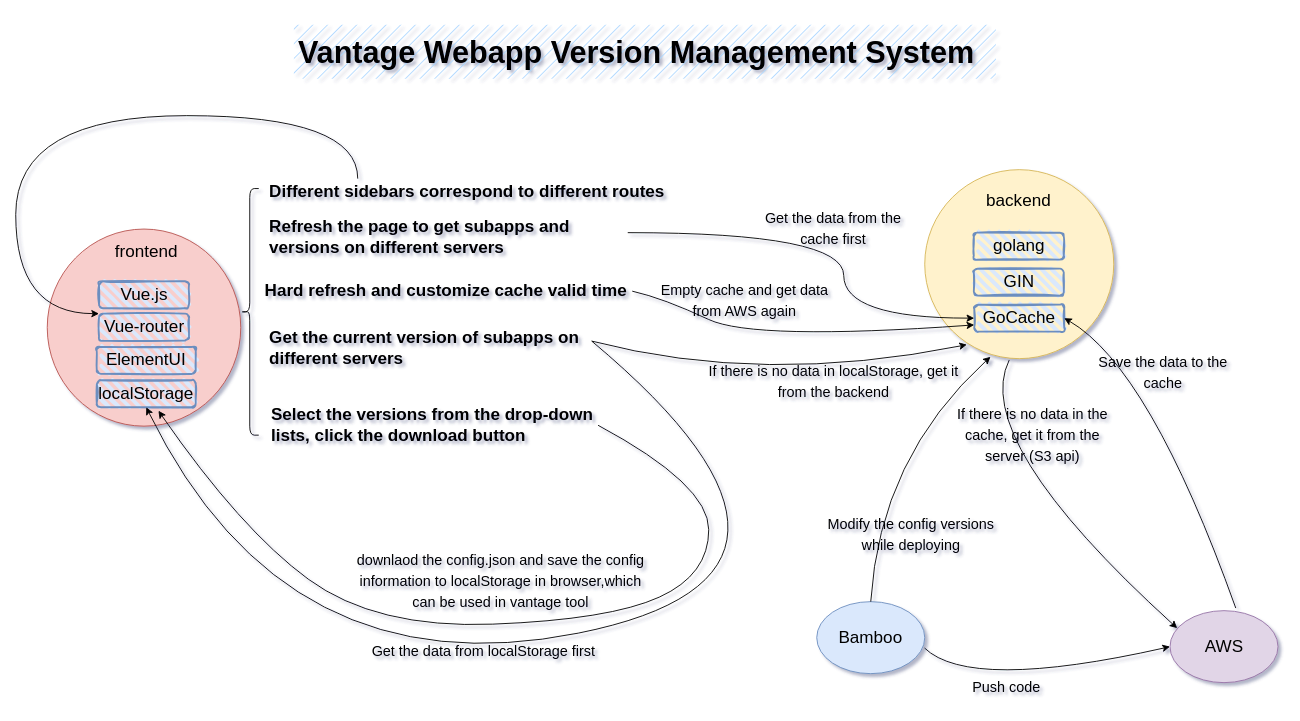
This is page "第 1 页" (1 of 2) of 未命名绘图.drawio from zhengzedan/Agenda, a draw.io file, before an edit. Source tidied: cells renumbered, new cells numbered last; positions are measured from the earlier drawing's top-left corner, leaving out a move shared by most shapes. Both pictures are drawn from the tidied source at 90%, with x=0, y=0 at pixel (15, 24).
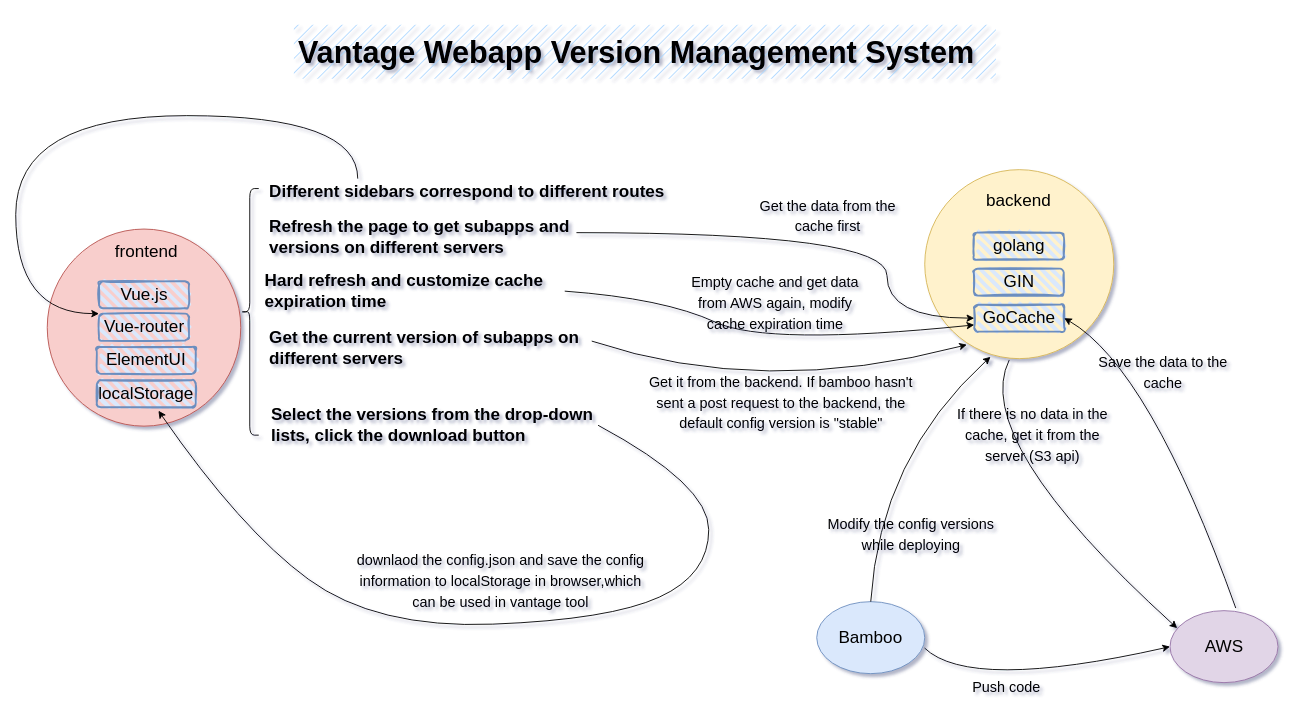
Above is the later version.

Commit message:
更新未命名绘图.drawio

Unchanged cells that the change refers to:
```xml
<mxCell id="3" style="ellipse;whiteSpace=wrap;html=1;fillColor=#fff2cc;strokeColor=#d6b656;" parent="1" vertex="1">
  <mxGeometry x="1010" y="161" width="210" height="210" as="geometry" />
</mxCell>
<mxCell id="8" value="localStorage" style="rounded=1;whiteSpace=wrap;html=1;strokeWidth=2;fillWeight=4;hachureGap=8;hachureAngle=45;fillColor=#dae8fc;sketch=1;fontSize=19;strokeColor=#6c8ebf;" parent="1" vertex="1">
  <mxGeometry x="90" y="395" width="110" height="30" as="geometry" />
</mxCell>
<mxCell id="11" value="GoCache" style="rounded=1;whiteSpace=wrap;html=1;strokeWidth=2;fillWeight=4;hachureGap=8;hachureAngle=45;fillColor=#dae8fc;sketch=1;fontSize=19;strokeColor=#6c8ebf;" parent="1" vertex="1">
  <mxGeometry x="1065" y="311" width="100" height="30" as="geometry" />
</mxCell>
<mxCell id="24" value="&lt;b&gt;Get the current version of subapps on different servers&lt;/b&gt;" style="text;html=1;align=left;verticalAlign=middle;whiteSpace=wrap;rounded=0;fontSize=19;shadow=0;glass=0;fillStyle=auto;" parent="1" vertex="1">
  <mxGeometry x="280" y="344" width="360" height="30" as="geometry" />
</mxCell>
```

Diff of the diagram source:
```diff
@@
     <mxCell id="14" value="&lt;b&gt;Refresh the page to get subapps and versions on different servers&lt;/b&gt;" style="text;html=1;align=left;verticalAlign=middle;whiteSpace=wrap;rounded=0;fontSize=19;shadow=0;glass=0;fillStyle=auto;" parent="1" vertex="1">
-      <mxGeometry x="280" y="221" width="410" height="30" as="geometry" />
+      <mxGeometry x="280" y="221" width="343" height="30" as="geometry" />
     </mxCell>
@@
-    <mxCell id="16" style="edgeStyle=orthogonalEdgeStyle;elbow=horizontal;endArrow=classic;html=1;rounded=0;fontSize=19;curved=1;entryX=0;entryY=0.5;entryDx=0;entryDy=0;fillColor=#f5f5f5;strokeColor=#000000;" parent="1" edge="1" target="11">
+    <mxCell id="16" style="edgeStyle=orthogonalEdgeStyle;elbow=horizontal;endArrow=classic;html=1;rounded=0;fontSize=19;curved=1;entryX=0;entryY=0.5;entryDx=0;entryDy=0;fillColor=#f5f5f5;strokeColor=#000000;" parent="1" edge="1" source="14" target="11">
       <mxGeometry relative="1" as="geometry">
-        <mxPoint x="680" y="231" as="sourcePoint" />
         <Array as="points">
-          <mxPoint x="920" y="231" />
-          <mxPoint x="920" y="326" />
+          <mxPoint x="968" y="231" />
+          <mxPoint x="968" y="326" />
         </Array>
       </mxGeometry>
     </mxCell>
@@
-    <mxCell id="22" value="&lt;b&gt;Hard refresh and&amp;nbsp;customize cache valid time&lt;/b&gt;" style="text;html=1;align=left;verticalAlign=middle;whiteSpace=wrap;rounded=0;fontSize=19;shadow=0;glass=0;fillStyle=auto;" parent="1" vertex="1">
-      <mxGeometry x="275" y="281" width="410" height="30" as="geometry" />
+    <mxCell id="22" value="&lt;b&gt;Hard refresh and&amp;nbsp;customize cache expiration time&lt;/b&gt;" style="text;html=1;align=left;verticalAlign=middle;whiteSpace=wrap;rounded=0;fontSize=19;shadow=0;glass=0;fillStyle=auto;" parent="1" vertex="1">
+      <mxGeometry x="275" y="281" width="335" height="30" as="geometry" />
     </mxCell>
     <mxCell id="23" style="curved=1;endArrow=classic;html=1;rounded=0;fontSize=19;fontColor=#000000;strokeColor=#000000;elbow=vertical;entryX=0;entryY=0.75;entryDx=0;entryDy=0;exitX=1;exitY=0.5;exitDx=0;exitDy=0;" parent="1" edge="1" source="22" target="11">
       <mxGeometry relative="1" as="geometry">
         <Array as="points">
           <mxPoint x="720" y="304" />
-          <mxPoint x="820" y="351" />
+          <mxPoint x="835" y="357" />
         </Array>
       </mxGeometry>
     </mxCell>
@@
-    <mxCell id="25" style="curved=1;endArrow=classic;html=1;rounded=0;fontSize=19;fontColor=#000000;strokeColor=#000000;elbow=vertical;exitX=1;exitY=0.25;exitDx=0;exitDy=0;entryX=0.5;entryY=1;entryDx=0;entryDy=0;" parent="1" edge="1" source="24" target="8">
-      <mxGeometry relative="1" as="geometry">
-        <Array as="points">
-          <mxPoint x="950" y="611" />
-          <mxPoint x="300" y="741" />
-        </Array>
-      </mxGeometry>
-    </mxCell>
     <mxCell id="26" style="curved=1;endArrow=classic;html=1;rounded=0;fontSize=19;fontColor=#000000;strokeColor=#000000;elbow=vertical;exitX=1;exitY=0.25;exitDx=0;exitDy=0;entryX=0.223;entryY=0.926;entryDx=0;entryDy=0;entryPerimeter=0;" parent="1" edge="1" source="24" target="3">
       <mxGeometry relative="1" as="geometry">
         <Array as="points">
-          <mxPoint x="830" y="401" />
+          <mxPoint x="830" y="415" />
         </Array>
       </mxGeometry>
     </mxCell>
@@
     <mxCell id="34" value="&lt;font style=&quot;font-size: 16px;&quot;&gt;Get the data from the cache first&lt;/font&gt;" style="text;html=1;strokeColor=none;fillColor=none;align=center;verticalAlign=middle;whiteSpace=wrap;rounded=0;shadow=0;glass=0;fillStyle=auto;fontSize=19;fontColor=#000000;" parent="1" vertex="1">
-      <mxGeometry x="820" y="211" width="177" height="30" as="geometry" />
+      <mxGeometry x="814" y="197" width="177" height="30" as="geometry" />
     </mxCell>
-    <mxCell id="35" value="&lt;font style=&quot;font-size: 16px;&quot;&gt;Get the data from localStorage first&lt;/font&gt;" style="text;html=1;strokeColor=none;fillColor=none;align=center;verticalAlign=middle;whiteSpace=wrap;rounded=0;shadow=0;glass=0;fillStyle=auto;fontSize=19;fontColor=#000000;" parent="1" vertex="1">
-      <mxGeometry x="350" y="681" width="340" height="30" as="geometry" />
-    </mxCell>
@@
-    <mxCell id="37" value="&lt;font style=&quot;font-size: 16px;&quot;&gt;Empty cache and get data from AWS again&lt;/font&gt;" style="text;html=1;strokeColor=none;fillColor=none;align=center;verticalAlign=middle;whiteSpace=wrap;rounded=0;shadow=0;glass=0;fillStyle=auto;fontSize=19;fontColor=#000000;" parent="1" vertex="1">
-      <mxGeometry x="700" y="291" width="220" height="30" as="geometry" />
+    <mxCell id="37" value="&lt;font style=&quot;font-size: 16px;&quot;&gt;Empty cache and get data from AWS again, modify cache expiration time&lt;/font&gt;" style="text;html=1;strokeColor=none;fillColor=none;align=center;verticalAlign=middle;whiteSpace=wrap;rounded=0;shadow=0;glass=0;fillStyle=auto;fontSize=19;fontColor=#000000;" parent="1" vertex="1">
+      <mxGeometry x="734" y="294" width="220" height="30" as="geometry" />
     </mxCell>
-    <mxCell id="38" value="&lt;font style=&quot;font-size: 16px;&quot;&gt;If there is no data in localStorage, get it from the backend&lt;/font&gt;" style="text;html=1;strokeColor=none;fillColor=none;align=center;verticalAlign=middle;whiteSpace=wrap;rounded=0;shadow=0;glass=0;fillStyle=auto;fontSize=19;fontColor=#000000;" parent="1" vertex="1">
-      <mxGeometry x="763.5" y="381" width="290" height="30" as="geometry" />
+    <mxCell id="38" value="&lt;font style=&quot;font-size: 16px;&quot;&gt;Get it from the backend. If bamboo hasn't sent a post request to the backend, the default config version is &quot;stable&quot;&lt;/font&gt;" style="text;html=1;strokeColor=none;fillColor=none;align=center;verticalAlign=middle;whiteSpace=wrap;rounded=0;shadow=0;glass=0;fillStyle=auto;fontSize=19;fontColor=#000000;" parent="1" vertex="1">
+      <mxGeometry x="687" y="405" width="326.5" height="30" as="geometry" />
     </mxCell>
```
